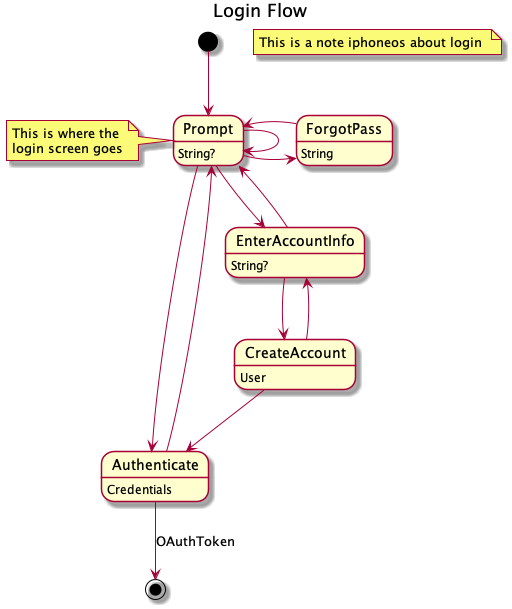
inmotionsoftware/FlowKit keeps this PlantUML diagram as example/ios/ExampleFlow/Flows/LoginFlow.png. Above is the earlier version. Source of this version:
```plantuml
@startuml


title Login Flow

[*] --> Prompt

Prompt --> Authenticate
Prompt -> ForgotPass
Prompt --> EnterAccountInfo
Prompt --> Prompt
Prompt: String?

Authenticate --> Prompt
Authenticate: Credentials

ForgotPass -> Prompt
ForgotPass: String
EnterAccountInfo --> CreateAccount
EnterAccountInfo --> Prompt

CreateAccount: User
CreateAccount --> Authenticate
CreateAccount --> EnterAccountInfo

EnterAccountInfo: String?


note "This is a note iphoneos about login " as N1

note left of Prompt
    This is where the
    login screen goes
end note

Authenticate --> [*]: OAuthToken
@enduml
```
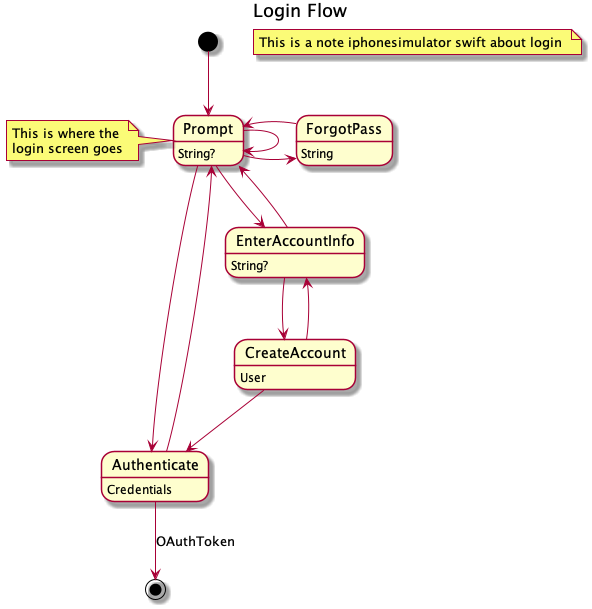
After the change.

Change to the diagram source:
```diff
@@ -26,7 +26,7 @@
 EnterAccountInfo: String?
 
 
-note "This is a note iphoneos about login " as N1
+note "This is a note iphonesimulator swift about login " as N1
 
 note left of Prompt
     This is where the
```
